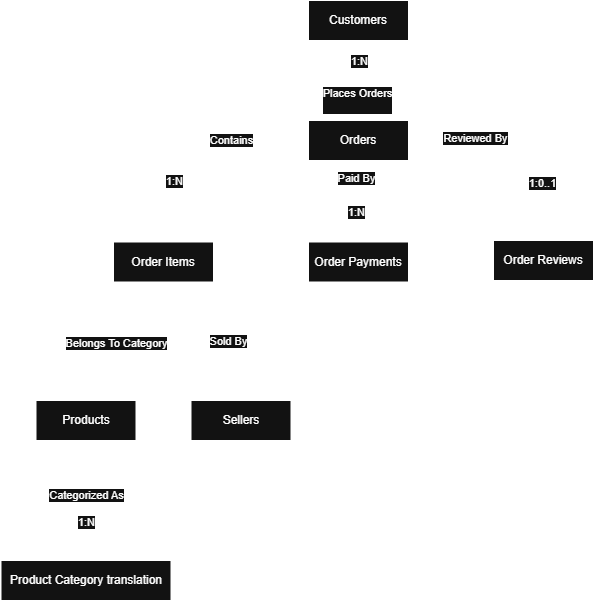
The draw.io diagram docs/diagrams/conceptual-erd.drawio.png in neeleshksingh/Ecommerce-Sales-Analytics, before a commit. Source tidied: cells renumbered, new cells last; positions are measured from the earlier drawing's top-left corner, leaving out a move shared by most shapes.
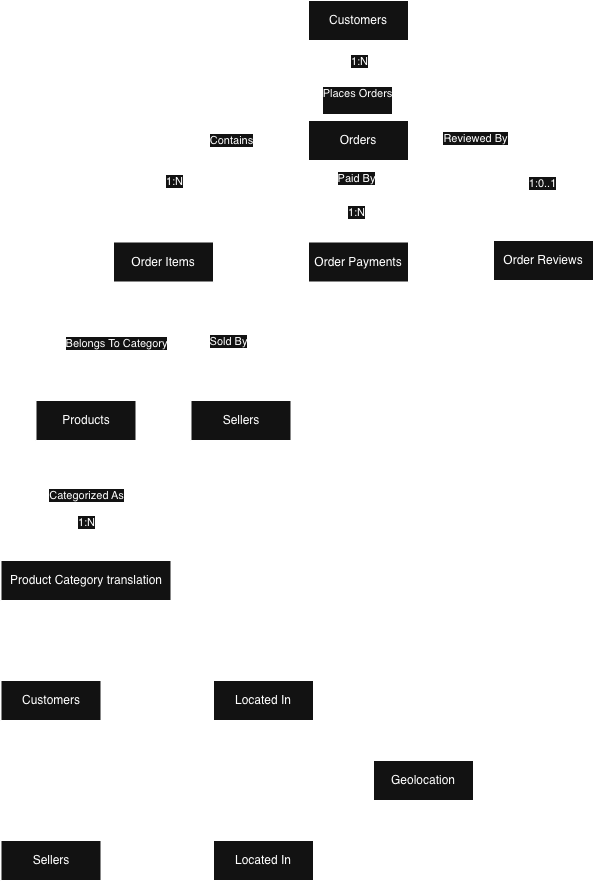
The same diagram one commit later.

The edit, as a diff of the source:
```diff
@@ -93,5 +93,26 @@
     <mxCell id="28" value="Product Category translation" style="whiteSpace=wrap;html=1;align=center;" parent="1" vertex="1">
       <mxGeometry x="-0.5" y="560" width="170" height="40" as="geometry" />
     </mxCell>
+    <mxCell id="29" style="edgeStyle=orthogonalEdgeStyle;rounded=0;jettySize=auto;html=1;exitX=1;exitY=0.5;exitDx=0;exitDy=0;entryX=0.5;entryY=0;entryDx=0;entryDy=0;" parent="1" edge="1" source="30" target="32">
+      <mxGeometry relative="1" as="geometry" />
+    </mxCell>
+    <mxCell id="30" value="Customers" style="whiteSpace=wrap;html=1;align=center;" parent="1" vertex="1">
+      <mxGeometry x="-0.5" y="680" width="100" height="40" as="geometry" />
+    </mxCell>
+    <mxCell id="31" value="Located In" style="whiteSpace=wrap;html=1;align=center;" parent="1" vertex="1">
+      <mxGeometry x="212" y="680" width="100" height="40" as="geometry" />
+    </mxCell>
+    <mxCell id="32" value="Geolocation" style="whiteSpace=wrap;html=1;align=center;" parent="1" vertex="1">
+      <mxGeometry x="372" y="760" width="100" height="40" as="geometry" />
+    </mxCell>
+    <mxCell id="33" style="edgeStyle=orthogonalEdgeStyle;rounded=0;jettySize=auto;html=1;exitX=1;exitY=0.5;exitDx=0;exitDy=0;entryX=0.5;entryY=1;entryDx=0;entryDy=0;" parent="1" edge="1" source="34" target="32">
+      <mxGeometry relative="1" as="geometry" />
+    </mxCell>
+    <mxCell id="34" value="Sellers" style="whiteSpace=wrap;html=1;align=center;" parent="1" vertex="1">
+      <mxGeometry x="-0.5" y="840" width="100" height="40" as="geometry" />
+    </mxCell>
+    <mxCell id="35" value="Located In" style="whiteSpace=wrap;html=1;align=center;" parent="1" vertex="1">
+      <mxGeometry x="212" y="840" width="100" height="40" as="geometry" />
+    </mxCell>
   </root>
 </mxGraphModel>
```
